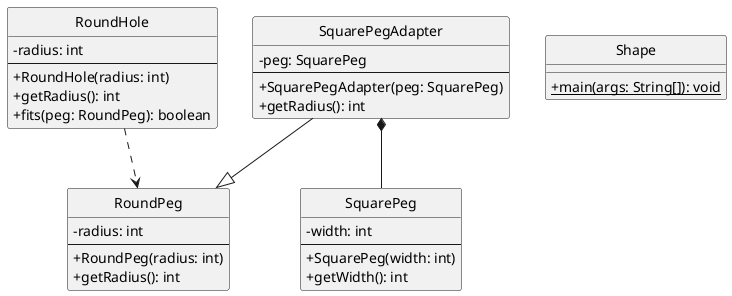
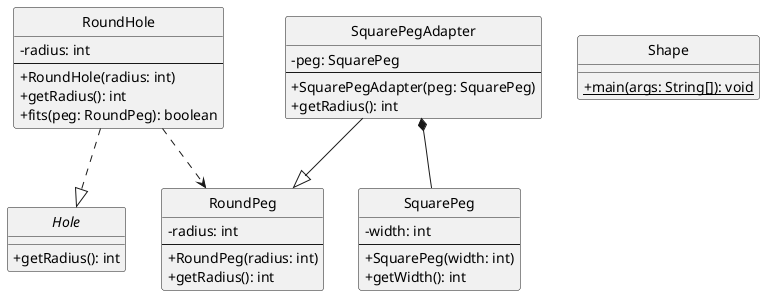
' Generated by UML Generator
- ' Encoded: XL8zJyCm4DtzApowHAwOEw1sWmqr0mDYkCP7SYAnWtq1YTB_ZfDGjr7LPh7aUnztv-TrOF3SDRK87sHRyD38eeOGDioUTXtZK-5iJZyexqL51cL1lgXHY84bjwwpvj7LAFT2Ikt1K1TMaYptLnsFB57K6RheaH9vEvJKuYZ9tec3Qh5SZTRFM4Pivw8Sh3XCsaPifcjap3TDflbd1nwJwpSPhgQcYQ5EuD7qfQzSzzmOQ1dzQ3tibw1B-t-oclBcng-W7MF8zZ5Lfk8W6o2hm9Tn_ppcQSlNjoZxScHwtIcyvV8XlQcuc5dhtrlmdTPdowpHclYV_W0
- ' URL: http://www.plantuml.com/plantuml/uml/XL8zJyCm4DtzApowHAwOEw1sWmqr0mDYkCP7SYAnWtq1YTB_ZfDGjr7LPh7aUnztv-TrOF3SDRK87sHRyD38eeOGDioUTXtZK-5iJZyexqL51cL1lgXHY84bjwwpvj7LAFT2Ikt1K1TMaYptLnsFB57K6RheaH9vEvJKuYZ9tec3Qh5SZTRFM4Pivw8Sh3XCsaPifcjap3TDflbd1nwJwpSPhgQcYQ5EuD7qfQzSzzmOQ1dzQ3tibw1B-t-oclBcng-W7MF8zZ5Lfk8W6o2hm9Tn_ppcQSlNjoZxScHwtIcyvV8XlQcuc5dhtrlmdTPdowpHclYV_W0
- ' Generated on: 2025-11-27T12:21:15.109339551
+ ' Encoded: XP8nKyCm38Lt_mgFBfnxp1rwxGORrmmC78DggucEn0cs0tUq_UyeIN4R2cIqtjCdoy-h4C77jYf5U2NNW8TAcX92MCVeQTj6V32ro-WJvPqeoA8qv4s9Gf2Bw7TWKDxN9SgzaF8snxW1IsrGiuLaWpWAqTFafcwTJKRjUzVWuQFkcfD5NQYpNx5Ssr4Cgi5yCQ0VCMTjMtCxk1zZMPkOoexfeGcQlRNWCL4_oCPY34qETHQ_eKzTvM_csaB33pkW-_sIT8q_cTNODtNz0ffJNdjEFv8voWh8AV0vxvznxYv_Vk6szvfirtSERpu_BFkyHxLbUcTnjOVMX__a6wql5boXi_mNlm0
+ ' URL: http://www.plantuml.com/plantuml/uml/XP8nKyCm38Lt_mgFBfnxp1rwxGORrmmC78DggucEn0cs0tUq_UyeIN4R2cIqtjCdoy-h4C77jYf5U2NNW8TAcX92MCVeQTj6V32ro-WJvPqeoA8qv4s9Gf2Bw7TWKDxN9SgzaF8snxW1IsrGiuLaWpWAqTFafcwTJKRjUzVWuQFkcfD5NQYpNx5Ssr4Cgi5yCQ0VCMTjMtCxk1zZMPkOoexfeGcQlRNWCL4_oCPY34qETHQ_eKzTvM_csaB33pkW-_sIT8q_cTNODtNz0ffJNdjEFv8voWh8AV0vxvznxYv_Vk6szvfirtSERpu_BFkyHxLbUcTnjOVMX__a6wql5boXi_mNlm0
+ ' Generated on: 2025-11-27T12:42:37.263226451

@startuml
skinparam classAttributeIconSize 0
hide circle
+ 
+ interface Hole {
+   +getRadius(): int
+ }

class RoundHole {
  -radius: int
  --
  +RoundHole(radius: int)
  +getRadius(): int
  +fits(peg: RoundPeg): boolean
}

class RoundPeg {
  -radius: int
  --
  +RoundPeg(radius: int)
  +getRadius(): int
}

class SquarePeg {
  -width: int
  --
  +SquarePeg(width: int)
  +getWidth(): int
}

class SquarePegAdapter {
  -peg: SquarePeg
  --
  +SquarePegAdapter(peg: SquarePeg)
  +getRadius(): int
}

class Shape {
  +{static} main(args: String[]): void
}

+ RoundHole ..|> Hole
RoundHole ..> RoundPeg
SquarePegAdapter --|> RoundPeg
SquarePegAdapter *-- SquarePeg
@enduml